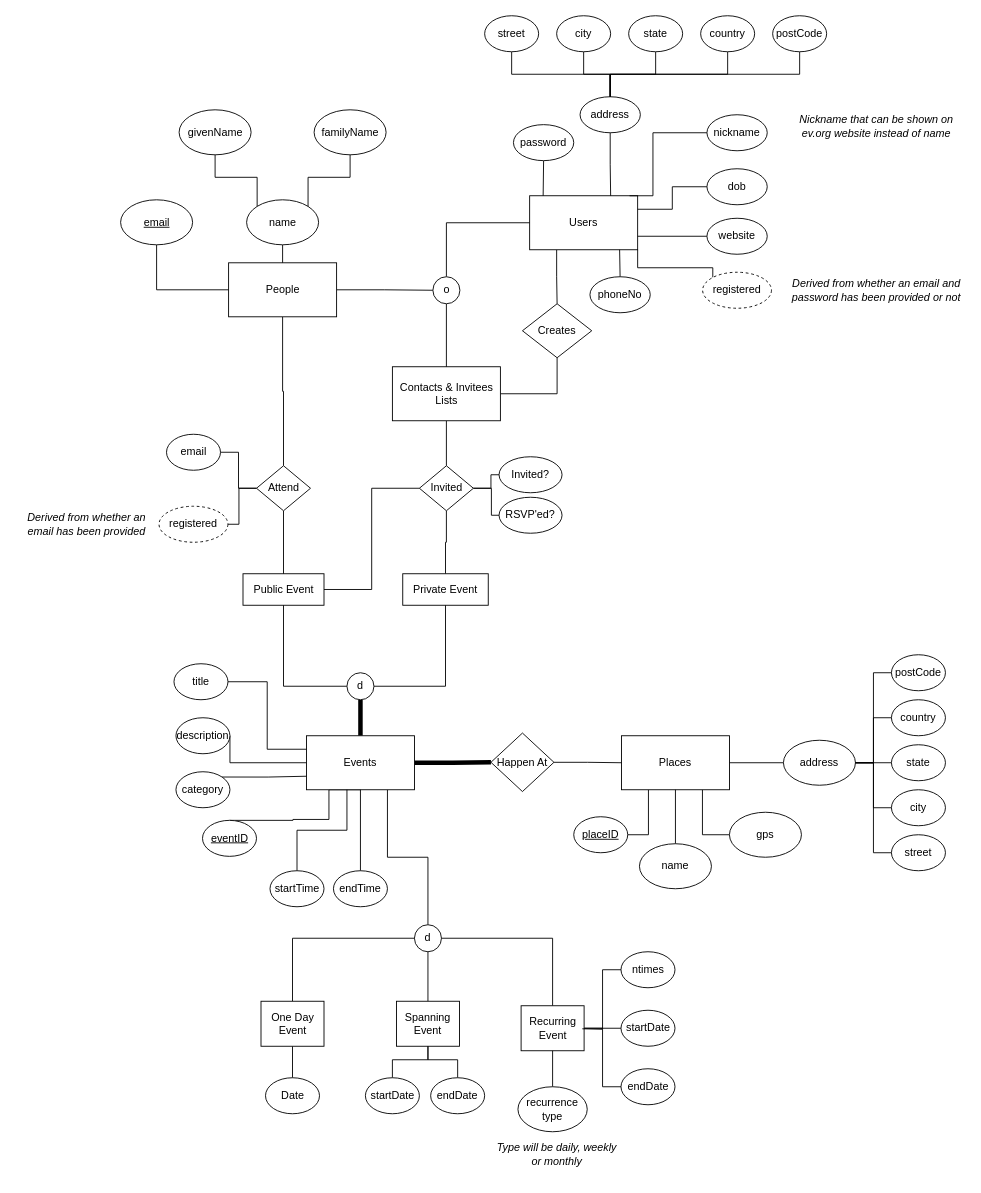
The draw.io diagram Week3assignment1.drawio in drewmillerwilson/demo-repo, before the edit. Source tidied: cells renumbered, new cells numbered last; positions are measured from the earlier drawing's top-left corner, leaving out a move shared by most shapes. Both pictures are drawn from the tidied source at 90%, with x=0, y=0 at pixel (14, 15).
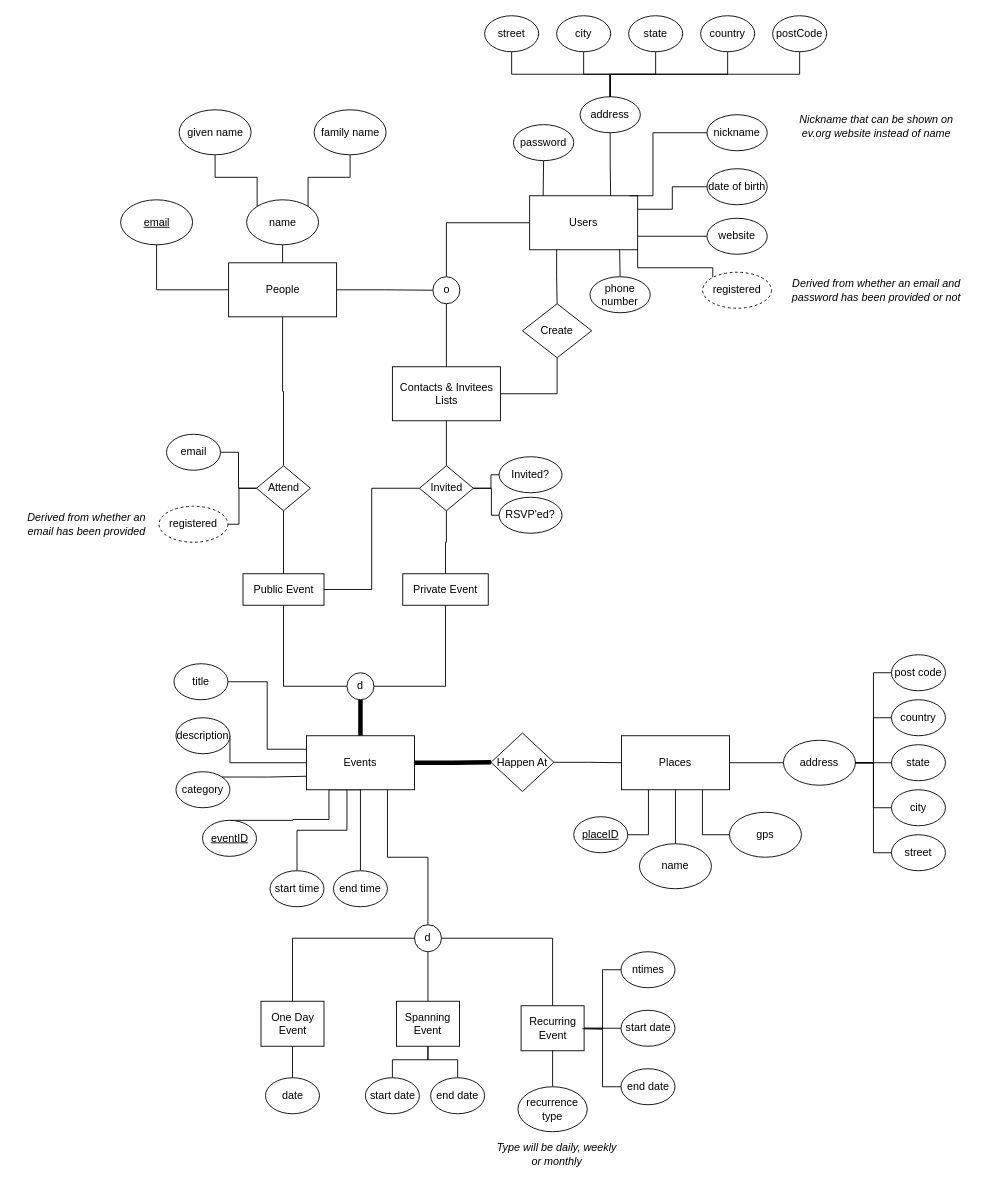
The same page after the edit.

Change to the diagram source:
```diff
@@
-    <mxCell id="25" value="Creates" style="rhombus;whiteSpace=wrap;html=1;" parent="1" vertex="1">
+    <mxCell id="25" value="Create" style="rhombus;whiteSpace=wrap;html=1;" parent="1" vertex="1">
       <mxGeometry x="564" y="320" width="77" height="60" as="geometry" />
     </mxCell>
@@
-    <mxCell id="31" value="givenName" style="ellipse;whiteSpace=wrap;html=1;" parent="1" vertex="1">
+    <mxCell id="31" value="given name" style="ellipse;whiteSpace=wrap;html=1;" parent="1" vertex="1">
       <mxGeometry x="182.5" y="104.5" width="80" height="50" as="geometry" />
     </mxCell>
@@
-    <mxCell id="33" value="familyName" style="ellipse;whiteSpace=wrap;html=1;" parent="1" vertex="1">
+    <mxCell id="33" value="family name" style="ellipse;whiteSpace=wrap;html=1;" parent="1" vertex="1">
       <mxGeometry x="332.5" y="104.5" width="80" height="50" as="geometry" />
     </mxCell>
@@
-    <mxCell id="41" value="dob" style="ellipse;whiteSpace=wrap;html=1;" parent="1" vertex="1">
+    <mxCell id="41" value="date of birth" style="ellipse;whiteSpace=wrap;html=1;" parent="1" vertex="1">
       <mxGeometry x="769" y="170" width="67" height="40" as="geometry" />
     </mxCell>
@@
-    <mxCell id="45" value="phoneNo" style="ellipse;whiteSpace=wrap;html=1;" parent="1" vertex="1">
+    <mxCell id="45" value="phone number" style="ellipse;whiteSpace=wrap;html=1;" parent="1" vertex="1">
       <mxGeometry x="639" y="290" width="67" height="40" as="geometry" />
     </mxCell>
@@
-    <mxCell id="58" value="postCode" style="ellipse;whiteSpace=wrap;html=1;" parent="1" vertex="1">
+    <mxCell id="58" value="post code" style="ellipse;whiteSpace=wrap;html=1;" parent="1" vertex="1">
       <mxGeometry x="974" y="710" width="60" height="40" as="geometry" />
     </mxCell>
@@
-    <mxCell id="87" value="startTime" style="ellipse;whiteSpace=wrap;html=1;" parent="1" vertex="1">
+    <mxCell id="87" value="start time" style="ellipse;whiteSpace=wrap;html=1;" parent="1" vertex="1">
       <mxGeometry x="283.5" y="950" width="60" height="40" as="geometry" />
     </mxCell>
@@
-    <mxCell id="89" value="endTime" style="ellipse;whiteSpace=wrap;html=1;" parent="1" vertex="1">
+    <mxCell id="89" value="end time" style="ellipse;whiteSpace=wrap;html=1;" parent="1" vertex="1">
       <mxGeometry x="354" y="950" width="60" height="40" as="geometry" />
     </mxCell>
@@
-    <mxCell id="114" value="Date" style="ellipse;whiteSpace=wrap;html=1;" parent="1" vertex="1">
+    <mxCell id="114" value="date" style="ellipse;whiteSpace=wrap;html=1;" parent="1" vertex="1">
       <mxGeometry x="278.5" y="1180" width="60" height="40" as="geometry" />
     </mxCell>
@@
-    <mxCell id="116" value="startDate" style="ellipse;whiteSpace=wrap;html=1;" parent="1" vertex="1">
+    <mxCell id="116" value="start date" style="ellipse;whiteSpace=wrap;html=1;" parent="1" vertex="1">
       <mxGeometry x="389.5" y="1180" width="60" height="40" as="geometry" />
     </mxCell>
@@
-    <mxCell id="118" value="endDate" style="ellipse;whiteSpace=wrap;html=1;" parent="1" vertex="1">
+    <mxCell id="118" value="end date" style="ellipse;whiteSpace=wrap;html=1;" parent="1" vertex="1">
       <mxGeometry x="462" y="1180" width="60" height="40" as="geometry" />
     </mxCell>
@@
-    <mxCell id="120" value="startDate" style="ellipse;whiteSpace=wrap;html=1;" parent="1" vertex="1">
+    <mxCell id="120" value="start date" style="ellipse;whiteSpace=wrap;html=1;" parent="1" vertex="1">
       <mxGeometry x="673.5" y="1105" width="60" height="40" as="geometry" />
     </mxCell>
@@
-    <mxCell id="122" value="endDate" style="ellipse;whiteSpace=wrap;html=1;" parent="1" vertex="1">
+    <mxCell id="122" value="end date" style="ellipse;whiteSpace=wrap;html=1;" parent="1" vertex="1">
       <mxGeometry x="673.5" y="1170" width="60" height="40" as="geometry" />
     </mxCell>
```
